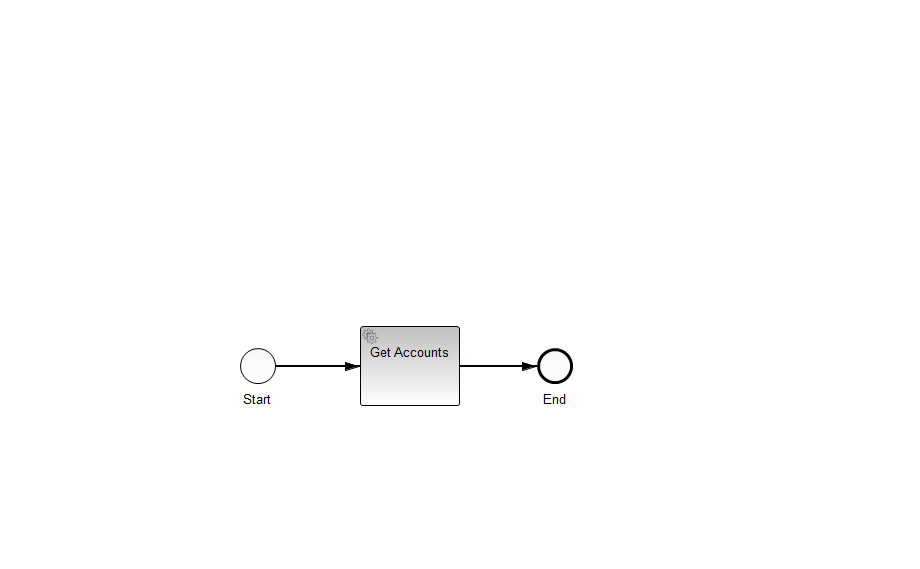
This is servicetask/soap-cxf-service/src/main/resources/process.png from camunda/camunda-bpm-examples, a BPMN export, as it was before one commit. Its source is kept beside it as servicetask/soap-cxf-service/src/main/resources/process.bpmn. Ids are renumbered.
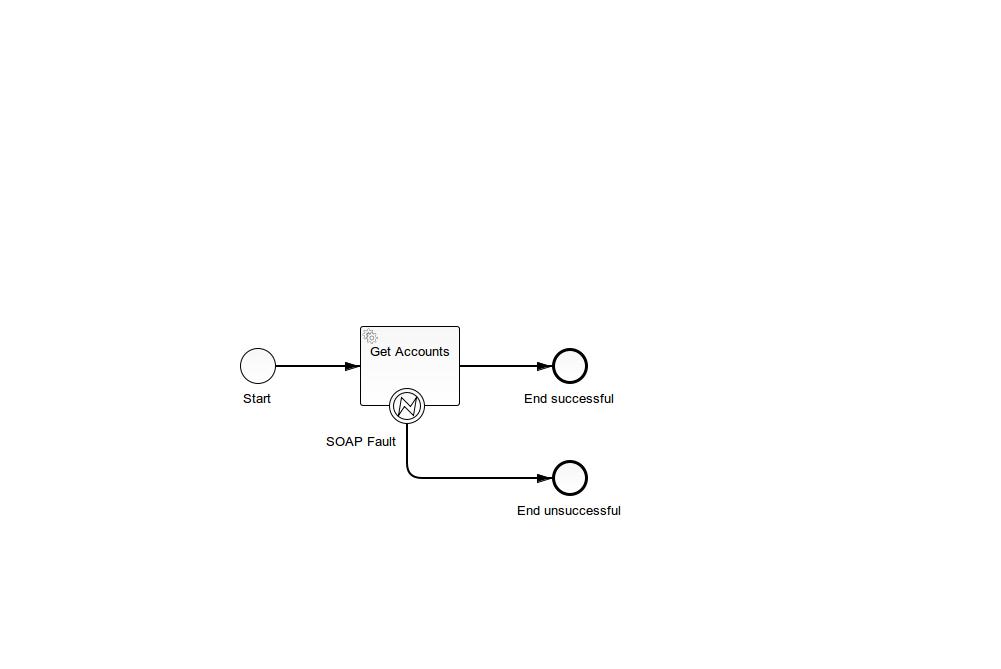
The same file after the commit.

Commit message:
improve(examples): Improve soap cxf example

The edit, as a diff of the source:
```diff
@@ -4,15 +4,24 @@
       <bpmn2:outgoing>SequenceFlow_1</bpmn2:outgoing>
     </bpmn2:startEvent>
     <bpmn2:sequenceFlow id="SequenceFlow_1" name="" sourceRef="start" targetRef="getAccounts"/>
-    <bpmn2:endEvent id="end" name="End">
-      <bpmn2:incoming>SequenceFlow_2</bpmn2:incoming>
+    <bpmn2:serviceTask id="getAccounts" camunda:expression="${bankCustomerService.getAccounts(execution)}" camunda:resultVariable="accounts" camunda:asyncAfter="true" camunda:asyncBefore="true" name="Get Accounts">
+      <bpmn2:incoming>SequenceFlow_1</bpmn2:incoming>
+      <bpmn2:outgoing>SequenceFlow_4</bpmn2:outgoing>
+    </bpmn2:serviceTask>
+    <bpmn2:boundaryEvent id="BoundaryEvent_1" name="SOAP Fault" attachedToRef="getAccounts">
+      <bpmn2:outgoing>SequenceFlow_5</bpmn2:outgoing>
+      <bpmn2:errorEventDefinition id="ErrorEventDefinition_1"/>
+    </bpmn2:boundaryEvent>
+    <bpmn2:endEvent id="end" name="End successful">
+      <bpmn2:incoming>SequenceFlow_4</bpmn2:incoming>
     </bpmn2:endEvent>
-    <bpmn2:serviceTask id="getAccounts" camunda:expression="${bankCustomerService.getAccounts(request, execution)}" camunda:resultVariable="response" camunda:asyncAfter="true" camunda:asyncBefore="true" name="Get Accounts">
-      <bpmn2:incoming>SequenceFlow_1</bpmn2:incoming>
-      <bpmn2:outgoing>SequenceFlow_2</bpmn2:outgoing>
-    </bpmn2:serviceTask>
-    <bpmn2:sequenceFlow id="SequenceFlow_2" name="" sourceRef="getAccounts" targetRef="end"/>
+    <bpmn2:sequenceFlow id="SequenceFlow_4" name="" sourceRef="getAccounts" targetRef="end"/>
+    <bpmn2:endEvent id="EndEvent_1" name="End unsuccessful">
+      <bpmn2:incoming>SequenceFlow_5</bpmn2:incoming>
+    </bpmn2:endEvent>
+    <bpmn2:sequenceFlow id="SequenceFlow_5" name="" sourceRef="BoundaryEvent_1" targetRef="EndEvent_1"/>
   </bpmn2:process>
+  <bpmn2:error id="Error_1" errorCode="serviceException"/>
   <bpmndi:BPMNDiagram id="BPMNDiagram_1">
     <bpmndi:BPMNPlane id="BPMNPlane_1" bpmnElement="process">
       <bpmndi:BPMNShape id="_BPMNShape_StartEvent_2" bpmnElement="start">
@@ -32,17 +41,31 @@
         </bpmndi:BPMNLabel>
       </bpmndi:BPMNEdge>
       <bpmndi:BPMNShape id="_BPMNShape_EndEvent_2" bpmnElement="end">
-        <dc:Bounds height="36.0" width="36.0" x="537.0" y="348.0"/>
+        <dc:Bounds height="36.0" width="36.0" x="552.0" y="348.0"/>
         <bpmndi:BPMNLabel>
-          <dc:Bounds height="0.0" width="0.0" x="555.0" y="389.0"/>
+          <dc:Bounds height="21.0" width="29.0" x="556.0" y="389.0"/>
         </bpmndi:BPMNLabel>
       </bpmndi:BPMNShape>
-      <bpmndi:BPMNEdge id="BPMNEdge_SequenceFlow_2" bpmnElement="SequenceFlow_2" sourceElement="_BPMNShape_ServiceTask_2" targetElement="_BPMNShape_EndEvent_2">
+      <bpmndi:BPMNShape id="_BPMNShape_BoundaryEvent_2" bpmnElement="BoundaryEvent_1">
+        <dc:Bounds height="36.0" width="36.0" x="389.0" y="388.0"/>
+        <bpmndi:BPMNLabel>
+          <dc:Bounds height="21.0" width="76.0" x="324.0" y="432.0"/>
+        </bpmndi:BPMNLabel>
+      </bpmndi:BPMNShape>
+      <bpmndi:BPMNShape id="_BPMNShape_EndEvent_3" bpmnElement="EndEvent_1">
+        <dc:Bounds height="36.0" width="36.0" x="552.0" y="460.0"/>
+        <bpmndi:BPMNLabel>
+          <dc:Bounds height="0.0" width="0.0" x="570.0" y="501.0"/>
+        </bpmndi:BPMNLabel>
+      </bpmndi:BPMNShape>
+      <bpmndi:BPMNEdge id="BPMNEdge_SequenceFlow_4" bpmnElement="SequenceFlow_4" sourceElement="_BPMNShape_ServiceTask_2" targetElement="_BPMNShape_EndEvent_2">
         <di:waypoint xsi:type="dc:Point" x="460.0" y="366.0"/>
-        <di:waypoint xsi:type="dc:Point" x="537.0" y="366.0"/>
-        <bpmndi:BPMNLabel>
-          <dc:Bounds height="6.0" width="6.0" x="516.0" y="366.0"/>
-        </bpmndi:BPMNLabel>
+        <di:waypoint xsi:type="dc:Point" x="552.0" y="366.0"/>
+      </bpmndi:BPMNEdge>
+      <bpmndi:BPMNEdge id="BPMNEdge_SequenceFlow_5" bpmnElement="SequenceFlow_5" sourceElement="_BPMNShape_BoundaryEvent_2" targetElement="_BPMNShape_EndEvent_3">
+        <di:waypoint xsi:type="dc:Point" x="407.0" y="424.0"/>
+        <di:waypoint xsi:type="dc:Point" x="407.0" y="478.0"/>
+        <di:waypoint xsi:type="dc:Point" x="552.0" y="478.0"/>
       </bpmndi:BPMNEdge>
     </bpmndi:BPMNPlane>
   </bpmndi:BPMNDiagram>
```
